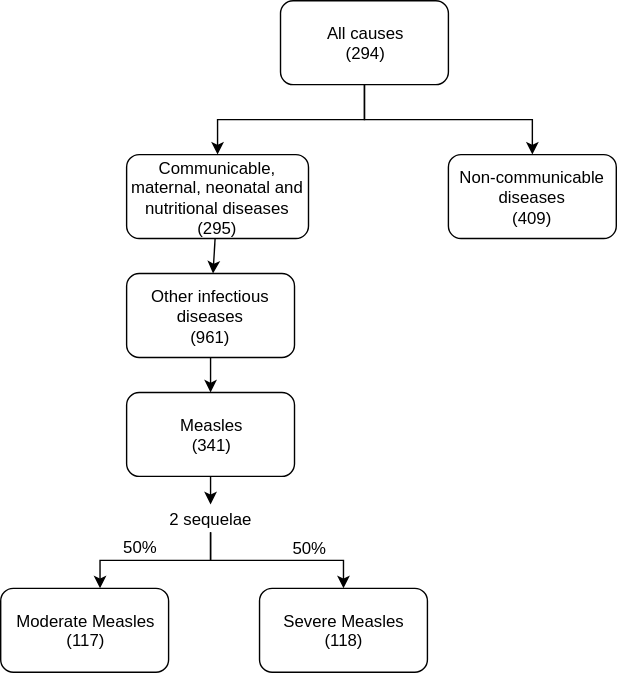
Earlier version of the draw.io export docs/source/models/gbd2017/causes/measles/measles_gbd_hierarchy.svg (ihmeuw/vivarium_research). Source tidied: cells renumbered, new cells last; positions are measured from the earlier drawing's top-left corner, leaving out a move shared by most shapes.
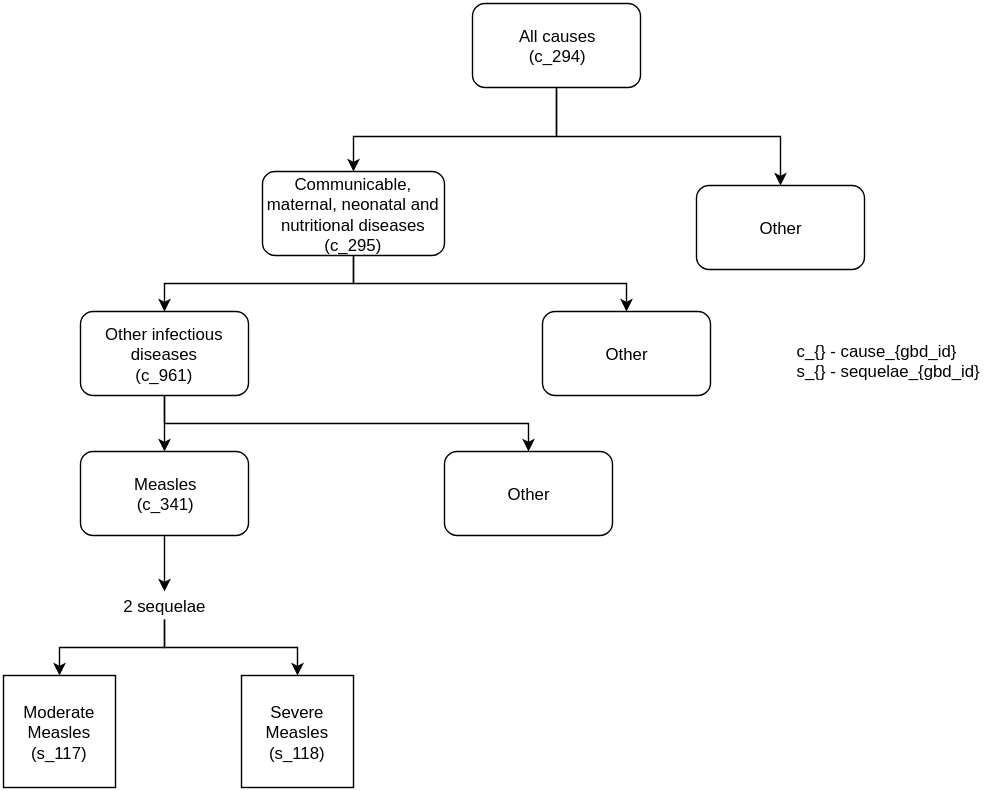
Later version of the same file.

Commit message:
Update hierarchy diagram and remove hierarchy table

Change to the diagram source:
```diff
@@ -9,55 +9,67 @@
         </Array>
       </mxGeometry>
     </mxCell>
-    <mxCell id="3" style="edgeStyle=elbowEdgeStyle;rounded=0;jettySize=auto;elbow=vertical;html=1;entryX=0.5;entryY=0;entryDx=0;entryDy=0;" parent="1" edge="1" source="4" target="7">
-      <mxGeometry relative="1" as="geometry" />
-    </mxCell>
+    <mxCell id="19" style="edgeStyle=orthogonalEdgeStyle;rounded=0;jettySize=auto;html=1;exitX=0.5;exitY=1;exitDx=0;exitDy=0;" parent="1" edge="1" source="4" target="24">
+      <mxGeometry relative="1" as="geometry" />
+    </mxCell>
-    <mxCell id="4" value="All causes&lt;br&gt;(294)" style="rounded=1;whiteSpace=wrap;html=1;" parent="1" vertex="1">
-      <mxGeometry x="200" width="120" height="60" as="geometry" />
+    <mxCell id="4" value="All causes&lt;br&gt;(c_294)" style="rounded=1;whiteSpace=wrap;html=1;" parent="1" vertex="1">
+      <mxGeometry x="310" y="-10" width="120" height="60" as="geometry" />
     </mxCell>
-    <mxCell id="5" style="edgeStyle=none;rounded=0;jettySize=auto;html=1;" parent="1" edge="1" source="6" target="9">
+    <mxCell id="5" style="edgeStyle=orthogonalEdgeStyle;rounded=0;jettySize=auto;html=1;exitX=0.5;exitY=1;exitDx=0;exitDy=0;" parent="1" edge="1" source="6" target="9">
       <mxGeometry relative="1" as="geometry" />
     </mxCell>
+    <mxCell id="20" style="edgeStyle=orthogonalEdgeStyle;rounded=0;jettySize=auto;html=1;exitX=0.5;exitY=1;exitDx=0;exitDy=0;entryX=0.5;entryY=0;entryDx=0;entryDy=0;" parent="1" edge="1" source="6" target="25">
+      <mxGeometry relative="1" as="geometry" />
+    </mxCell>
-    <mxCell id="6" value="Communicable, maternal, neonatal and nutritional diseases&lt;br&gt;(295)" style="rounded=1;whiteSpace=wrap;html=1;" parent="1" vertex="1">
-      <mxGeometry x="90" y="110" width="130" height="60" as="geometry" />
+    <mxCell id="6" value="Communicable, maternal, neonatal and nutritional diseases&lt;br&gt;(c_295)" style="rounded=1;whiteSpace=wrap;html=1;" parent="1" vertex="1">
+      <mxGeometry x="160" y="110" width="130" height="60" as="geometry" />
     </mxCell>
-    <mxCell id="7" value="Non-communicable diseases&lt;br&gt;(409)" style="rounded=1;whiteSpace=wrap;html=1;" parent="1" vertex="1">
-      <mxGeometry x="320" y="110" width="120" height="60" as="geometry" />
-    </mxCell>
     <mxCell id="8" style="edgeStyle=none;rounded=0;jettySize=auto;html=1;" parent="1" edge="1" source="9" target="10">
       <mxGeometry relative="1" as="geometry" />
     </mxCell>
+    <mxCell id="21" style="edgeStyle=orthogonalEdgeStyle;rounded=0;jettySize=auto;html=1;exitX=0.5;exitY=1;exitDx=0;exitDy=0;entryX=0.5;entryY=0;entryDx=0;entryDy=0;" parent="1" edge="1" source="9" target="26">
+      <mxGeometry relative="1" as="geometry" />
+    </mxCell>
-    <mxCell id="9" value="Other infectious diseases&lt;br&gt;(961)" style="rounded=1;whiteSpace=wrap;html=1;" parent="1" vertex="1">
-      <mxGeometry x="90" y="195" width="120" height="60" as="geometry" />
+    <mxCell id="9" value="Other infectious diseases&lt;br&gt;(c_961)" style="rounded=1;whiteSpace=wrap;html=1;" parent="1" vertex="1">
+      <mxGeometry x="30" y="210" width="120" height="60" as="geometry" />
     </mxCell>
-    <mxCell id="10" value="Measles&lt;br&gt;(341)" style="rounded=1;whiteSpace=wrap;html=1;" parent="1" vertex="1">
-      <mxGeometry x="90" y="280" width="120" height="60" as="geometry" />
+    <mxCell id="10" value="Measles&lt;br&gt;(c_341)" style="rounded=1;whiteSpace=wrap;html=1;" parent="1" vertex="1">
+      <mxGeometry x="30" y="310" width="120" height="60" as="geometry" />
     </mxCell>
-    <mxCell id="11" style="edgeStyle=elbowEdgeStyle;rounded=0;jettySize=auto;elbow=vertical;html=1;entryX=0.594;entryY=-0.006;entryDx=0;entryDy=0;entryPerimeter=0;" parent="1" edge="1" source="14" target="16">
-      <mxGeometry relative="1" as="geometry" />
-    </mxCell>
-    <mxCell id="12" style="edgeStyle=elbowEdgeStyle;rounded=0;jettySize=auto;elbow=vertical;html=1;entryX=0.5;entryY=0;entryDx=0;entryDy=0;" parent="1" edge="1" source="14" target="17">
-      <mxGeometry relative="1" as="geometry" />
-    </mxCell>
-    <mxCell id="13" value="50%" style="text;html=1;align=center;verticalAlign=middle;labelBackgroundColor=#ffffff;" parent="12" vertex="1">
-      <mxGeometry x="0.29" y="-2" relative="1" as="geometry">
-        <mxPoint x="3" y="-12" as="offset" />
-      </mxGeometry>
-    </mxCell>
+    <mxCell id="22" style="edgeStyle=orthogonalEdgeStyle;rounded=0;jettySize=auto;html=1;entryX=0.5;entryY=0;entryDx=0;entryDy=0;" parent="1" edge="1" source="14" target="27">
+      <mxGeometry relative="1" as="geometry" />
+    </mxCell>
+    <mxCell id="23" style="edgeStyle=orthogonalEdgeStyle;rounded=0;jettySize=auto;html=1;" parent="1" edge="1" source="14" target="28">
+      <mxGeometry relative="1" as="geometry">
+        <Array as="points">
+          <mxPoint x="90" y="450" />
+          <mxPoint x="185" y="450" />
+        </Array>
+      </mxGeometry>
+    </mxCell>
     <mxCell id="14" value="2 sequelae" style="text;html=1;align=center;verticalAlign=middle;points=[];" parent="1" vertex="1">
-      <mxGeometry x="115" y="360" width="70" height="20" as="geometry" />
+      <mxGeometry x="55" y="410" width="70" height="20" as="geometry" />
     </mxCell>
     <mxCell id="15" style="edgeStyle=elbowEdgeStyle;rounded=0;jettySize=auto;elbow=vertical;html=1;exitX=0.5;exitY=1;exitDx=0;exitDy=0;" parent="1" edge="1" source="10" target="14">
       <mxGeometry relative="1" as="geometry" />
     </mxCell>
-    <mxCell id="16" value="Moderate Measles&lt;br&gt;(117)" style="rounded=1;whiteSpace=wrap;html=1;" parent="1" vertex="1">
-      <mxGeometry y="420" width="120" height="60" as="geometry" />
-    </mxCell>
-    <mxCell id="17" value="Severe Measles&lt;br&gt;(118)" style="rounded=1;whiteSpace=wrap;html=1;" parent="1" vertex="1">
-      <mxGeometry x="185" y="420" width="120" height="60" as="geometry" />
-    </mxCell>
-    <mxCell id="18" value="50%" style="text;html=1;align=center;verticalAlign=middle;" parent="1" vertex="1">
-      <mxGeometry x="80" y="380" width="40" height="20" as="geometry" />
-    </mxCell>
+    <mxCell id="24" value="Other" style="rounded=1;whiteSpace=wrap;html=1;" parent="1" vertex="1">
+      <mxGeometry x="470" y="120" width="120" height="60" as="geometry" />
+    </mxCell>
+    <mxCell id="25" value="Other" style="rounded=1;whiteSpace=wrap;html=1;" parent="1" vertex="1">
+      <mxGeometry x="360" y="210" width="120" height="60" as="geometry" />
+    </mxCell>
+    <mxCell id="26" value="Other" style="rounded=1;whiteSpace=wrap;html=1;" parent="1" vertex="1">
+      <mxGeometry x="290" y="310" width="120" height="60" as="geometry" />
+    </mxCell>
+    <mxCell id="27" value="Moderate Measles&lt;br&gt;(s_117)" style="whiteSpace=wrap;html=1;" parent="1" vertex="1">
+      <mxGeometry x="-25" y="470" width="80" height="80" as="geometry" />
+    </mxCell>
+    <mxCell id="28" value="Severe Measles&lt;br&gt;(s_118)" style="whiteSpace=wrap;html=1;" parent="1" vertex="1">
+      <mxGeometry x="145" y="470" width="80" height="80" as="geometry" />
+    </mxCell>
+    <mxCell id="29" value="c_{} - cause_{gbd_id}&lt;br&gt;s_{} - sequelae_{gbd_id}" style="text;html=1;strokeColor=none;fillColor=none;align=left;verticalAlign=middle;whiteSpace=wrap;rounded=0;" parent="1" vertex="1">
+      <mxGeometry x="540" y="220" width="140" height="50" as="geometry" />
+    </mxCell>
   </root>
 </mxGraphModel>
```
